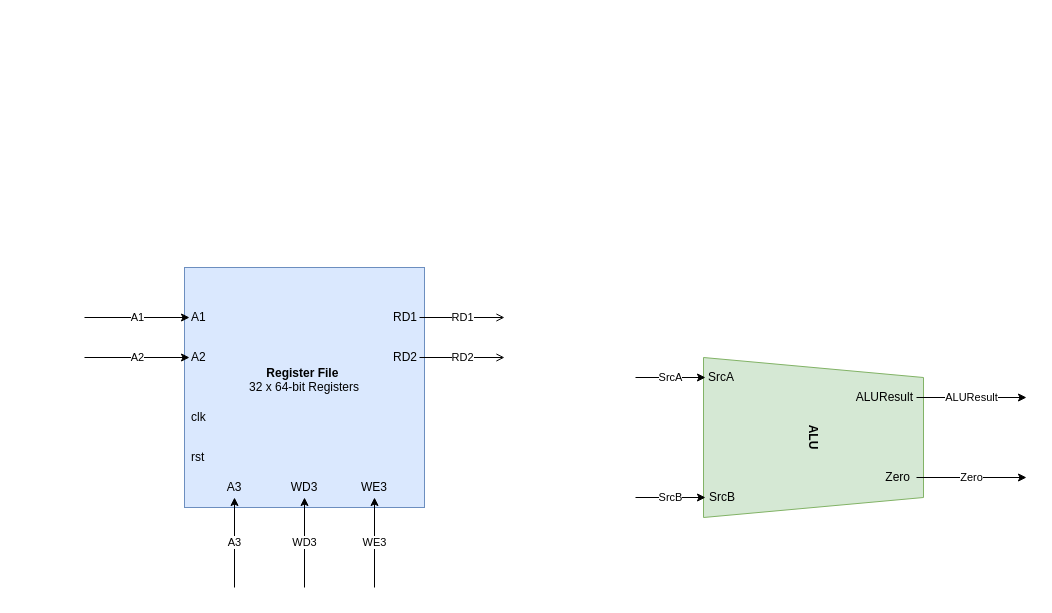
abdullah123ch/RV64I-Zba-Pipelined-RISC-V-Processor keeps this draw.io diagram as docs/architechture.drawio. Above is the earlier version. Source tidied: cells renumbered, new cells numbered last; positions are measured from the earlier drawing's top-left corner, leaving out a move shared by most shapes. Both pictures are drawn from the tidied source at 100%, with x=0, y=0 at pixel (84, 267).
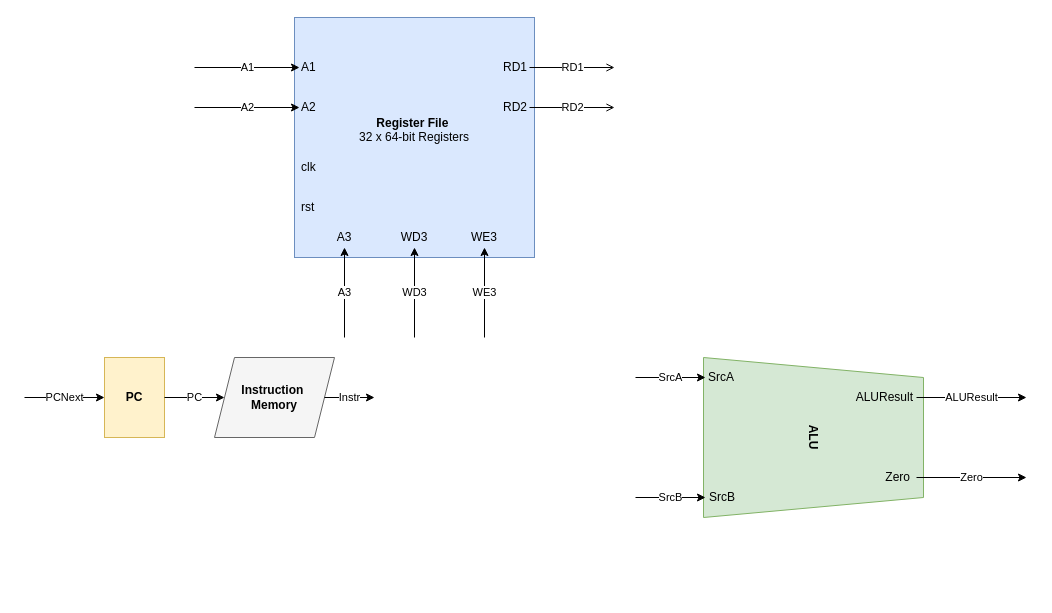
After the change.

Change to the diagram source:
```diff
@@
     <mxCell id="12" style="group;" parent="1" vertex="1">
-      <mxGeometry width="420" height="320" as="geometry" />
+      <mxGeometry x="110" y="-250" width="420" height="320" as="geometry" />
     </mxCell>
@@
+    <mxCell id="30" value="&lt;b&gt;PC&lt;/b&gt;" style="rounded=0;whiteSpace=wrap;html=1;fillColor=#fff2cc;strokeColor=#d6b656;" parent="1" vertex="1">
+      <mxGeometry x="20" y="90" width="60" height="80" as="geometry" />
+    </mxCell>
+    <mxCell id="31" value="&lt;b&gt;Instruction&amp;nbsp;&lt;/b&gt;&lt;div&gt;&lt;b&gt;Memory&lt;/b&gt;&lt;br&gt;&lt;/div&gt;" style="shape=parallelogram;perimeter=parallelogramPerimeter;whiteSpace=wrap;html=1;fixedSize=1;fillColor=#f5f5f5;strokeColor=#666666;" parent="1" vertex="1">
+      <mxGeometry x="130" y="90" width="120" height="80" as="geometry" />
+    </mxCell>
+    <mxCell id="32" value="PCNext" style="endArrow=classic;html=1;entryX=0;entryY=0.5;entryDx=0;entryDy=0;" parent="1" edge="1" target="30">
+      <mxGeometry relative="1" as="geometry">
+        <mxPoint x="-60" y="130" as="sourcePoint" />
+      </mxGeometry>
+    </mxCell>
+    <mxCell id="33" value="PC" style="endArrow=classic;html=1;exitX=1;exitY=0.5;exitDx=0;exitDy=0;entryX=0;entryY=0.5;entryDx=0;entryDy=0;" parent="1" edge="1" source="30" target="31">
+      <mxGeometry relative="1" as="geometry" />
+    </mxCell>
+    <mxCell id="34" value="Instr" style="endArrow=classic;html=1;exitX=1;exitY=0.5;exitDx=0;exitDy=0;" parent="1" edge="1" source="31">
+      <mxGeometry relative="1" as="geometry">
+        <mxPoint x="290" y="130" as="targetPoint" />
+      </mxGeometry>
+    </mxCell>
```
